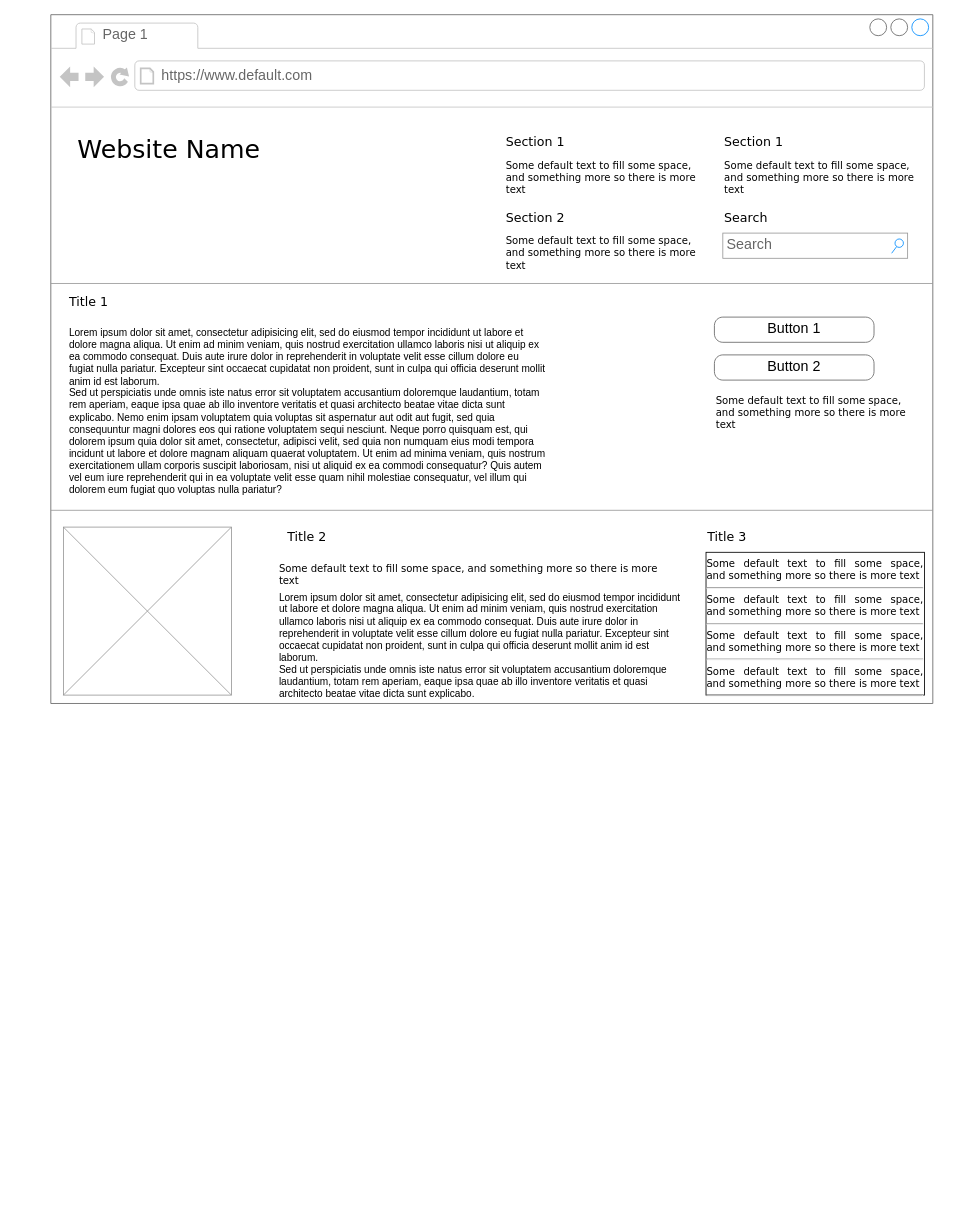
Earlier version of the draw.io diagram Untitled Diagram.drawio (eat-a-p3ach/TAprac). Source tidied: cells renumbered, new cells numbered last; positions are measured from the earlier drawing's top-left corner, leaving out a move shared by most shapes. Both pictures are drawn from the tidied source at 84%, with x=0, y=0 at pixel (50, 14).
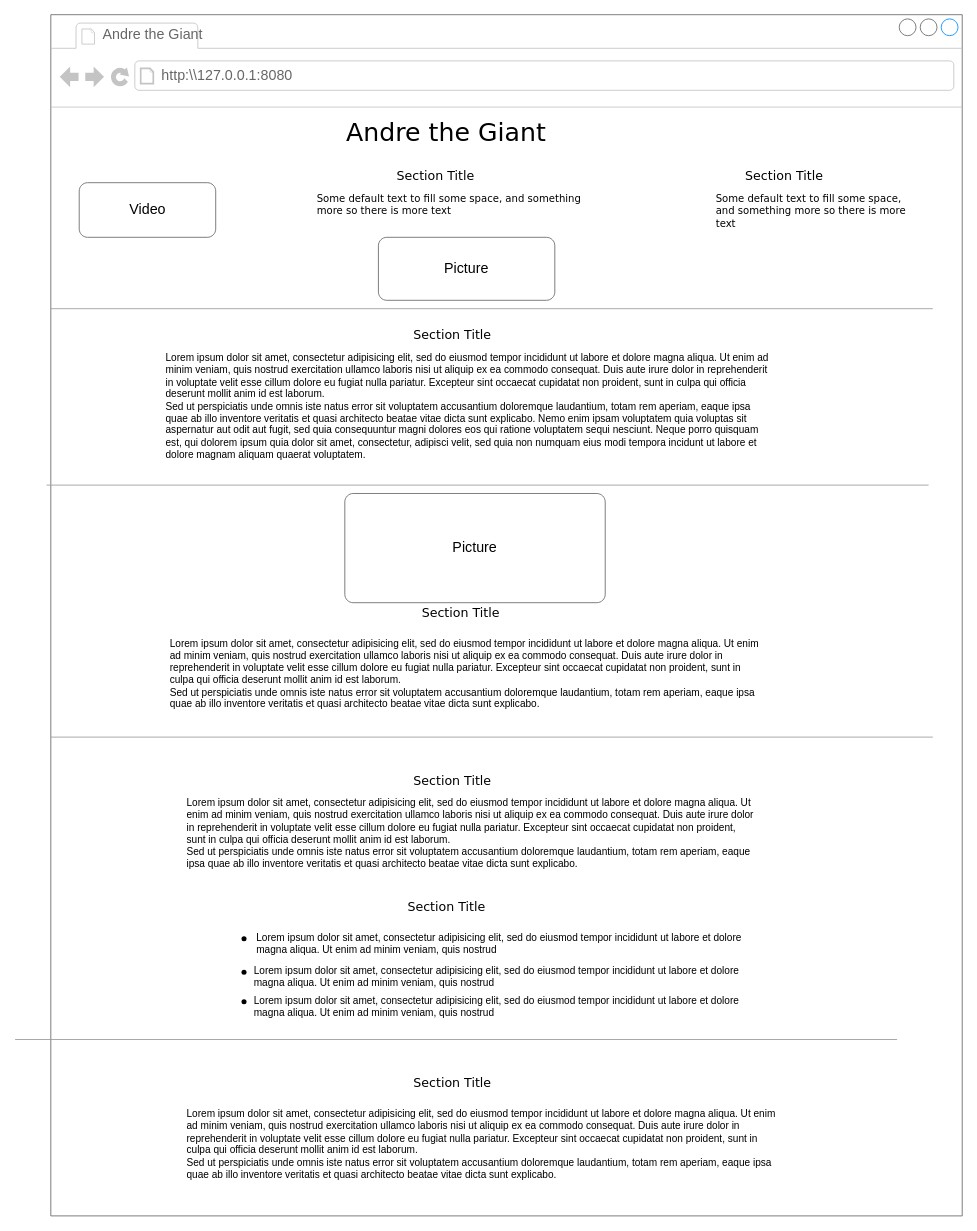
The same page after the edit.

Commit message:
Andre-The-Giant-Wireframe

What changed in the source:
```diff
@@
     <mxCell id="2" style="strokeWidth=1;shadow=0;dashed=0;align=center;html=1;shape=mxgraph.mockup.containers.browserWindow;rSize=0;strokeColor=#666666;mainText=,;rounded=0;labelBackgroundColor=none;fontFamily=Verdana;fontSize=12;" parent="1" vertex="1">
-      <mxGeometry width="1050" height="820" as="geometry" />
+      <mxGeometry width="1085" height="1430" as="geometry" />
     </mxCell>
-    <mxCell id="3" value="Page 1" style="strokeWidth=1;shadow=0;dashed=0;align=center;html=1;shape=mxgraph.mockup.containers.anchor;fontSize=17;fontColor=#666666;align=left;" parent="2" vertex="1">
+    <mxCell id="3" value="Andre the Giant" style="strokeWidth=1;shadow=0;dashed=0;align=center;html=1;shape=mxgraph.mockup.containers.anchor;fontSize=17;fontColor=#666666;align=left;" parent="2" vertex="1">
       <mxGeometry x="60" y="12" width="110" height="26" as="geometry" />
     </mxCell>
-    <mxCell id="4" value="https://www.default.com" style="strokeWidth=1;shadow=0;dashed=0;align=center;html=1;shape=mxgraph.mockup.containers.anchor;rSize=0;fontSize=17;fontColor=#666666;align=left;" parent="2" vertex="1">
+    <mxCell id="4" value="http:\\127.0.0.1:8080&lt;br&gt;" style="strokeWidth=1;shadow=0;dashed=0;align=center;html=1;shape=mxgraph.mockup.containers.anchor;rSize=0;fontSize=17;fontColor=#666666;align=left;" parent="2" vertex="1">
       <mxGeometry x="130" y="60" width="250" height="26" as="geometry" />
     </mxCell>
-    <mxCell id="5" value="Website Name" style="text;html=1;align=left;verticalAlign=top;spacingTop=-4;fontSize=30;fontFamily=Verdana;" parent="2" vertex="1">
-      <mxGeometry x="30" y="140" width="340" height="50" as="geometry" />
+    <mxCell id="5" value="Andre the Giant" style="text;html=1;align=left;verticalAlign=top;spacingTop=-4;fontSize=30;fontFamily=Verdana;" parent="2" vertex="1">
+      <mxGeometry x="350" y="120" width="340" height="50" as="geometry" />
     </mxCell>
-    <mxCell id="6" value="Section 1" style="text;html=1;align=left;verticalAlign=top;spacingTop=-4;fontSize=15;fontFamily=Verdana;" parent="2" vertex="1">
-      <mxGeometry x="540" y="140" width="170" height="30" as="geometry" />
+    <mxCell id="6" value="Section Title" style="text;html=1;align=left;verticalAlign=top;spacingTop=-4;fontSize=15;fontFamily=Verdana;" parent="2" vertex="1">
+      <mxGeometry x="410" y="180" width="170" height="30" as="geometry" />
     </mxCell>
     <mxCell id="7" value="Some default text to fill some space, and&amp;nbsp;&lt;span&gt;something more so there is more text&lt;/span&gt;" style="text;html=1;align=left;verticalAlign=top;spacingTop=-4;fontSize=12;fontFamily=Verdana;whiteSpace=wrap;" parent="2" vertex="1">
-      <mxGeometry x="540" y="170" width="240" height="40" as="geometry" />
+      <mxGeometry x="315" y="210" width="335" height="40" as="geometry" />
     </mxCell>
-    <mxCell id="8" value="Section 2" style="text;html=1;align=left;verticalAlign=top;spacingTop=-4;fontSize=15;fontFamily=Verdana;" parent="2" vertex="1">
-      <mxGeometry x="540" y="230" width="170" height="30" as="geometry" />
+    <mxCell id="8" value="Section Title" style="text;html=1;align=left;verticalAlign=top;spacingTop=-4;fontSize=15;fontFamily=Verdana;" parent="2" vertex="1">
+      <mxGeometry x="825" y="180" width="170" height="30" as="geometry" />
     </mxCell>
     <mxCell id="9" value="Some default text to fill some space, and&amp;nbsp;&lt;span&gt;something more so there is more text&lt;/span&gt;" style="text;html=1;align=left;verticalAlign=top;spacingTop=-4;fontSize=12;fontFamily=Verdana;whiteSpace=wrap;" parent="2" vertex="1">
-      <mxGeometry x="540" y="260" width="240" height="40" as="geometry" />
+      <mxGeometry x="790" y="210" width="240" height="40" as="geometry" />
     </mxCell>
-    <mxCell id="10" value="Section 1" style="text;html=1;align=left;verticalAlign=top;spacingTop=-4;fontSize=15;fontFamily=Verdana;" parent="2" vertex="1">
-      <mxGeometry x="800" y="140" width="170" height="30" as="geometry" />
-    </mxCell>
-    <mxCell id="11" value="Some default text to fill some space, and&amp;nbsp;&lt;span&gt;something more so there is more text&lt;/span&gt;" style="text;html=1;align=left;verticalAlign=top;spacingTop=-4;fontSize=12;fontFamily=Verdana;whiteSpace=wrap;" parent="2" vertex="1">
-      <mxGeometry x="800" y="170" width="240" height="40" as="geometry" />
-    </mxCell>
-    <mxCell id="12" value="Search" style="text;html=1;align=left;verticalAlign=top;spacingTop=-4;fontSize=15;fontFamily=Verdana;" parent="2" vertex="1">
-      <mxGeometry x="800" y="230" width="170" height="30" as="geometry" />
-    </mxCell>
-    <mxCell id="13" value="Search" style="strokeWidth=1;shadow=0;dashed=0;align=center;html=1;shape=mxgraph.mockup.forms.searchBox;strokeColor=#999999;mainText=;strokeColor2=#008cff;fontColor=#666666;fontSize=17;align=left;spacingLeft=3;rounded=0;labelBackgroundColor=none;" parent="2" vertex="1">
-      <mxGeometry x="800" y="260" width="220" height="30" as="geometry" />
-    </mxCell>
     <mxCell id="14" style="verticalLabelPosition=bottom;shadow=0;dashed=0;align=center;html=1;verticalAlign=top;strokeWidth=1;shape=mxgraph.mockup.markup.line;strokeColor=#999999;rounded=0;labelBackgroundColor=none;fillColor=#ffffff;fontFamily=Verdana;fontSize=12;fontColor=#000000;" parent="2" vertex="1">
-      <mxGeometry y="310" width="1050" height="20" as="geometry" />
+      <mxGeometry y="340" width="1050" height="20" as="geometry" />
     </mxCell>
-    <mxCell id="15" value="Title 1" style="text;html=1;align=left;verticalAlign=top;spacingTop=-4;fontSize=15;fontFamily=Verdana;" parent="2" vertex="1">
-      <mxGeometry x="20" y="330" width="170" height="30" as="geometry" />
+    <mxCell id="15" value="Section Title" style="text;html=1;align=left;verticalAlign=top;spacingTop=-4;fontSize=15;fontFamily=Verdana;" parent="2" vertex="1">
+      <mxGeometry x="430" y="370" width="170" height="20" as="geometry" />
     </mxCell>
-    <mxCell id="16" value="Lorem ipsum dolor sit amet, consectetur adipisicing elit, sed do eiusmod tempor incididunt ut labore et dolore magna aliqua. Ut enim ad minim veniam, quis nostrud exercitation ullamco laboris nisi ut aliquip ex ea commodo consequat. Duis aute irure dolor in reprehenderit in voluptate velit esse cillum dolore eu fugiat nulla pariatur. Excepteur sint occaecat cupidatat non proident, sunt in culpa qui officia deserunt mollit anim id est laborum.&#10;Sed ut perspiciatis unde omnis iste natus error sit voluptatem accusantium doloremque laudantium, totam rem aperiam, eaque ipsa quae ab illo inventore veritatis et quasi architecto beatae vitae dicta sunt explicabo. Nemo enim ipsam voluptatem quia voluptas sit aspernatur aut odit aut fugit, sed quia consequuntur magni dolores eos qui ratione voluptatem sequi nesciunt. Neque porro quisquam est, qui dolorem ipsum quia dolor sit amet, consectetur, adipisci velit, sed quia non numquam eius modi tempora incidunt ut labore et dolore magnam aliquam quaerat voluptatem. Ut enim ad minima veniam, quis nostrum exercitationem ullam corporis suscipit laboriosam, nisi ut aliquid ex ea commodi consequatur? Quis autem vel eum iure reprehenderit qui in ea voluptate velit esse quam nihil molestiae consequatur, vel illum qui dolorem eum fugiat quo voluptas nulla pariatur?" style="text;spacingTop=-5;whiteSpace=wrap;html=1;align=left;fontSize=12;fontFamily=Helvetica;fillColor=none;strokeColor=none;rounded=0;shadow=1;labelBackgroundColor=none;" parent="2" vertex="1">
-      <mxGeometry x="20" y="370" width="570" height="240" as="geometry" />
+    <mxCell id="16" value="Lorem ipsum dolor sit amet, consectetur adipisicing elit, sed do eiusmod tempor incididunt ut labore et dolore magna aliqua. Ut enim ad minim veniam, quis nostrud exercitation ullamco laboris nisi ut aliquip ex ea commodo consequat. Duis aute irure dolor in reprehenderit in voluptate velit esse cillum dolore eu fugiat nulla pariatur. Excepteur sint occaecat cupidatat non proident, sunt in culpa qui officia deserunt mollit anim id est laborum.&lt;br&gt;Sed ut perspiciatis unde omnis iste natus error sit voluptatem accusantium doloremque laudantium, totam rem aperiam, eaque ipsa quae ab illo inventore veritatis et quasi architecto beatae vitae dicta sunt explicabo. Nemo enim ipsam voluptatem quia voluptas sit aspernatur aut odit aut fugit, sed quia consequuntur magni dolores eos qui ratione voluptatem sequi nesciunt. Neque porro quisquam est, qui dolorem ipsum quia dolor sit amet, consectetur, adipisci velit, sed quia non numquam eius modi tempora incidunt ut labore et dolore magnam aliquam quaerat voluptatem.&amp;nbsp;" style="text;spacingTop=-5;whiteSpace=wrap;html=1;align=left;fontSize=12;fontFamily=Helvetica;fillColor=none;strokeColor=none;rounded=0;shadow=1;labelBackgroundColor=none;" parent="2" vertex="1">
+      <mxGeometry x="135" y="400" width="720" height="145" as="geometry" />
     </mxCell>
-    <mxCell id="17" value="Button 1" style="strokeWidth=1;shadow=0;dashed=0;align=center;html=1;shape=mxgraph.mockup.buttons.button;strokeColor=#666666;mainText=;buttonStyle=round;fontSize=17;fontStyle=0;fillColor=none;whiteSpace=wrap;rounded=0;labelBackgroundColor=none;" parent="2" vertex="1">
-      <mxGeometry x="790" y="360" width="190" height="30" as="geometry" />
+    <mxCell id="17" value="Picture" style="strokeWidth=1;shadow=0;dashed=0;align=center;html=1;shape=mxgraph.mockup.buttons.button;strokeColor=#666666;mainText=;buttonStyle=round;fontSize=17;fontStyle=0;fillColor=none;whiteSpace=wrap;rounded=0;labelBackgroundColor=none;" parent="2" vertex="1">
+      <mxGeometry x="390" y="265" width="210" height="75" as="geometry" />
     </mxCell>
-    <mxCell id="18" value="Button 2" style="strokeWidth=1;shadow=0;dashed=0;align=center;html=1;shape=mxgraph.mockup.buttons.button;strokeColor=#666666;mainText=;buttonStyle=round;fontSize=17;fontStyle=0;fillColor=none;whiteSpace=wrap;rounded=0;labelBackgroundColor=none;" parent="2" vertex="1">
-      <mxGeometry x="790" y="405" width="190" height="30" as="geometry" />
-    </mxCell>
-    <mxCell id="19" value="Some default text to fill some space, and&amp;nbsp;&lt;span&gt;something more so there is more text&lt;/span&gt;" style="text;html=1;align=left;verticalAlign=top;spacingTop=-4;fontSize=12;fontFamily=Verdana;whiteSpace=wrap;" parent="2" vertex="1">
-      <mxGeometry x="790" y="450" width="240" height="40" as="geometry" />
-    </mxCell>
     <mxCell id="20" style="verticalLabelPosition=bottom;shadow=0;dashed=0;align=center;html=1;verticalAlign=top;strokeWidth=1;shape=mxgraph.mockup.markup.line;strokeColor=#999999;rounded=0;labelBackgroundColor=none;fillColor=#ffffff;fontFamily=Verdana;fontSize=12;fontColor=#000000;" parent="2" vertex="1">
-      <mxGeometry y="580" width="1050" height="20" as="geometry" />
+      <mxGeometry x="-5" y="550" width="1050" height="20" as="geometry" />
     </mxCell>
-    <mxCell id="21" style="verticalLabelPosition=bottom;shadow=0;dashed=0;align=center;html=1;verticalAlign=top;strokeWidth=1;shape=mxgraph.mockup.graphics.simpleIcon;strokeColor=#999999;fillColor=#ffffff;rounded=0;labelBackgroundColor=none;fontFamily=Verdana;fontSize=12;fontColor=#000000;" parent="2" vertex="1">
-      <mxGeometry x="15" y="610" width="200" height="200" as="geometry" />
-    </mxCell>
-    <mxCell id="22" value="Title 2" style="text;html=1;align=left;verticalAlign=top;spacingTop=-4;fontSize=15;fontFamily=Verdana;" parent="2" vertex="1">
-      <mxGeometry x="280" y="610" width="170" height="30" as="geometry" />
+    <mxCell id="22" value="Section Title" style="text;html=1;align=left;verticalAlign=top;spacingTop=-4;fontSize=15;fontFamily=Verdana;" parent="2" vertex="1">
+      <mxGeometry x="440" y="700" width="170" height="30" as="geometry" />
     </mxCell>
-    <mxCell id="23" value="Title 3" style="text;html=1;align=left;verticalAlign=top;spacingTop=-4;fontSize=15;fontFamily=Verdana;" parent="2" vertex="1">
-      <mxGeometry x="780" y="610" width="170" height="30" as="geometry" />
-    </mxCell>
-    <mxCell id="24" value="&lt;div style=&quot;text-align: justify&quot;&gt;&lt;span&gt;Some default text to fill some space, and&amp;nbsp;&lt;/span&gt;&lt;span&gt;something more so there is more text&lt;/span&gt;&lt;/div&gt;&lt;div style=&quot;text-align: justify&quot;&gt;&lt;hr id=&quot;null&quot; style=&quot;text-align: justify&quot;&gt;&lt;span&gt;&lt;div style=&quot;text-align: justify&quot;&gt;&lt;span&gt;Some default text to fill some space, and&amp;nbsp;&lt;/span&gt;&lt;span&gt;something more so there is more text&lt;/span&gt;&lt;/div&gt;&lt;/span&gt;&lt;/div&gt;&lt;hr id=&quot;null&quot; style=&quot;text-align: justify&quot;&gt;&lt;span&gt;&lt;div style=&quot;text-align: justify&quot;&gt;&lt;span&gt;Some default text to fill some space, and&amp;nbsp;&lt;/span&gt;&lt;span&gt;something more so there is more text&lt;/span&gt;&lt;/div&gt;&lt;/span&gt;&lt;hr id=&quot;null&quot; style=&quot;text-align: justify&quot;&gt;&lt;span&gt;&lt;div style=&quot;text-align: justify&quot;&gt;&lt;span&gt;Some default text to fill some space, and&amp;nbsp;&lt;/span&gt;&lt;span&gt;something more so there is more text&lt;/span&gt;&lt;/div&gt;&lt;/span&gt;&lt;hr id=&quot;null&quot; style=&quot;text-align: left&quot;&gt;" style="whiteSpace=wrap;html=1;rounded=0;shadow=0;labelBackgroundColor=none;strokeWidth=1;fontFamily=Verdana;fontSize=12;align=center;verticalAlign=top;" parent="2" vertex="1">
-      <mxGeometry x="780" y="640" width="260" height="170" as="geometry" />
-    </mxCell>
-    <mxCell id="25" value="Some default text to fill some space, and&amp;nbsp;&lt;span&gt;something more so there is more text&lt;/span&gt;" style="text;html=1;align=left;verticalAlign=top;spacingTop=-4;fontSize=12;fontFamily=Verdana;whiteSpace=wrap;" parent="2" vertex="1">
-      <mxGeometry x="270" y="650" width="470" height="40" as="geometry" />
-    </mxCell>
-    <mxCell id="26" value="Lorem ipsum dolor sit amet, consectetur adipisicing elit, sed do eiusmod tempor incididunt ut labore et dolore magna aliqua. Ut enim ad minim veniam, quis nostrud exercitation ullamco laboris nisi ut aliquip ex ea commodo consequat. Duis aute irure dolor in reprehenderit in voluptate velit esse cillum dolore eu fugiat nulla pariatur. Excepteur sint occaecat cupidatat non proident, sunt in culpa qui officia deserunt mollit anim id est laborum.&lt;br&gt;Sed ut perspiciatis unde omnis iste natus error sit voluptatem accusantium doloremque laudantium, totam rem aperiam, eaque ipsa quae ab illo inventore veritatis et quasi architecto beatae vitae dicta sunt explicabo.&amp;nbsp;" style="text;spacingTop=-5;whiteSpace=wrap;html=1;align=left;fontSize=12;fontFamily=Helvetica;fillColor=none;strokeColor=none;rounded=0;shadow=1;labelBackgroundColor=none;" parent="1" vertex="1">
-      <mxGeometry x="270" y="685" width="490" height="125" as="geometry" />
+    <mxCell id="26" value="Lorem ipsum dolor sit amet, consectetur adipisicing elit, sed do eiusmod tempor incididunt ut labore et dolore magna aliqua. Ut enim ad minim veniam, quis nostrud exercitation ullamco laboris nisi ut aliquip ex ea commodo consequat. Duis aute irure dolor in reprehenderit in voluptate velit esse cillum dolore eu fugiat nulla pariatur. Excepteur sint occaecat cupidatat non proident, sunt in culpa qui officia deserunt mollit anim id est laborum.&lt;br&gt;Sed ut perspiciatis unde omnis iste natus error sit voluptatem accusantium doloremque laudantium, totam rem aperiam, eaque ipsa quae ab illo inventore veritatis et quasi architecto beatae vitae dicta sunt explicabo.&amp;nbsp;" style="text;spacingTop=-5;whiteSpace=wrap;html=1;align=left;fontSize=12;fontFamily=Helvetica;fillColor=none;strokeColor=none;rounded=0;shadow=1;labelBackgroundColor=none;" parent="2" vertex="1">
+      <mxGeometry x="140" y="740" width="710" height="110" as="geometry" />
     </mxCell>
+    <mxCell id="27" value="Picture" style="strokeWidth=1;shadow=0;dashed=0;align=center;html=1;shape=mxgraph.mockup.buttons.button;strokeColor=#666666;mainText=;buttonStyle=round;fontSize=17;fontStyle=0;fillColor=none;whiteSpace=wrap;rounded=0;labelBackgroundColor=none;" parent="2" vertex="1">
+      <mxGeometry x="350" y="570" width="310" height="130" as="geometry" />
+    </mxCell>
+    <mxCell id="28" value="Video" style="strokeWidth=1;shadow=0;dashed=0;align=center;html=1;shape=mxgraph.mockup.buttons.button;strokeColor=#666666;mainText=;buttonStyle=round;fontSize=17;fontStyle=0;fillColor=none;whiteSpace=wrap;rounded=0;labelBackgroundColor=none;" parent="2" vertex="1">
+      <mxGeometry x="33.8" y="200" width="162.5" height="65" as="geometry" />
+    </mxCell>
+    <mxCell id="29" value="Section Title" style="text;html=1;align=left;verticalAlign=top;spacingTop=-4;fontSize=15;fontFamily=Verdana;" parent="2" vertex="1">
+      <mxGeometry x="430" y="900" width="170" height="30" as="geometry" />
+    </mxCell>
+    <mxCell id="30" value="Lorem ipsum dolor sit amet, consectetur adipisicing elit, sed do eiusmod tempor incididunt ut labore et dolore magna aliqua. Ut enim ad minim veniam, quis nostrud exercitation ullamco laboris nisi ut aliquip ex ea commodo consequat. Duis aute irure dolor in reprehenderit in voluptate velit esse cillum dolore eu fugiat nulla pariatur. Excepteur sint occaecat cupidatat non proident, sunt in culpa qui officia deserunt mollit anim id est laborum.&lt;br&gt;Sed ut perspiciatis unde omnis iste natus error sit voluptatem accusantium doloremque laudantium, totam rem aperiam, eaque ipsa quae ab illo inventore veritatis et quasi architecto beatae vitae dicta sunt explicabo.&amp;nbsp;" style="text;spacingTop=-5;whiteSpace=wrap;html=1;align=left;fontSize=12;fontFamily=Helvetica;fillColor=none;strokeColor=none;rounded=0;shadow=1;labelBackgroundColor=none;" parent="2" vertex="1">
+      <mxGeometry x="160" y="930" width="680" height="100" as="geometry" />
+    </mxCell>
+    <mxCell id="31" value="Section Title" style="text;html=1;align=left;verticalAlign=top;spacingTop=-4;fontSize=15;fontFamily=Verdana;" parent="2" vertex="1">
+      <mxGeometry x="422.5" y="1050" width="170" height="30" as="geometry" />
+    </mxCell>
+    <mxCell id="32" style="shape=waypoint;sketch=0;fillStyle=solid;size=6;fillColor=none;perimeter=centerPerimeter;" parent="2" vertex="1">
+      <mxGeometry x="220" y="1090" width="20" height="20" as="geometry" />
+    </mxCell>
+    <mxCell id="33" style="shape=waypoint;sketch=0;fillStyle=solid;size=6;fillColor=none;perimeter=centerPerimeter;" parent="2" vertex="1">
+      <mxGeometry x="220" y="1130" width="20" height="20" as="geometry" />
+    </mxCell>
+    <mxCell id="34" style="shape=waypoint;sketch=0;fillStyle=solid;size=6;fillColor=none;perimeter=centerPerimeter;" parent="2" vertex="1">
+      <mxGeometry x="220" y="1165" width="20" height="20" as="geometry" />
+    </mxCell>
+    <mxCell id="35" value="Lorem ipsum dolor sit amet, consectetur adipisicing elit, sed do eiusmod tempor incididunt ut labore et dolore magna aliqua. Ut enim ad minim veniam, quis nostrud" style="text;spacingTop=-5;whiteSpace=wrap;html=1;align=left;fontSize=12;fontFamily=Helvetica;fillColor=none;strokeColor=none;rounded=0;shadow=1;labelBackgroundColor=none;" parent="2" vertex="1">
+      <mxGeometry x="242.5" y="1090" width="600" height="30" as="geometry" />
+    </mxCell>
+    <mxCell id="36" value="Lorem ipsum dolor sit amet, consectetur adipisicing elit, sed do eiusmod tempor incididunt ut labore et dolore magna aliqua. Ut enim ad minim veniam, quis nostrud" style="text;spacingTop=-5;whiteSpace=wrap;html=1;align=left;fontSize=12;fontFamily=Helvetica;fillColor=none;strokeColor=none;rounded=0;shadow=1;labelBackgroundColor=none;" parent="2" vertex="1">
+      <mxGeometry x="240" y="1130" width="600" height="30" as="geometry" />
+    </mxCell>
+    <mxCell id="37" value="Lorem ipsum dolor sit amet, consectetur adipisicing elit, sed do eiusmod tempor incididunt ut labore et dolore magna aliqua. Ut enim ad minim veniam, quis nostrud" style="text;spacingTop=-5;whiteSpace=wrap;html=1;align=left;fontSize=12;fontFamily=Helvetica;fillColor=none;strokeColor=none;rounded=0;shadow=1;labelBackgroundColor=none;" parent="2" vertex="1">
+      <mxGeometry x="240" y="1165" width="600" height="30" as="geometry" />
+    </mxCell>
+    <mxCell id="38" style="verticalLabelPosition=bottom;shadow=0;dashed=0;align=center;html=1;verticalAlign=top;strokeWidth=1;shape=mxgraph.mockup.markup.line;strokeColor=#999999;rounded=0;labelBackgroundColor=none;fillColor=#ffffff;fontFamily=Verdana;fontSize=12;fontColor=#000000;" parent="2" vertex="1">
+      <mxGeometry y="850" width="1050" height="20" as="geometry" />
+    </mxCell>
+    <mxCell id="39" value="Section Title" style="text;html=1;align=left;verticalAlign=top;spacingTop=-4;fontSize=15;fontFamily=Verdana;" parent="2" vertex="1">
+      <mxGeometry x="430" y="1260" width="170" height="30" as="geometry" />
+    </mxCell>
+    <mxCell id="40" value="Lorem ipsum dolor sit amet, consectetur adipisicing elit, sed do eiusmod tempor incididunt ut labore et dolore magna aliqua. Ut enim ad minim veniam, quis nostrud exercitation ullamco laboris nisi ut aliquip ex ea commodo consequat. Duis aute irure dolor in reprehenderit in voluptate velit esse cillum dolore eu fugiat nulla pariatur. Excepteur sint occaecat cupidatat non proident, sunt in culpa qui officia deserunt mollit anim id est laborum.&lt;br&gt;Sed ut perspiciatis unde omnis iste natus error sit voluptatem accusantium doloremque laudantium, totam rem aperiam, eaque ipsa quae ab illo inventore veritatis et quasi architecto beatae vitae dicta sunt explicabo.&amp;nbsp;" style="text;spacingTop=-5;whiteSpace=wrap;html=1;align=left;fontSize=12;fontFamily=Helvetica;fillColor=none;strokeColor=none;rounded=0;shadow=1;labelBackgroundColor=none;" parent="2" vertex="1">
+      <mxGeometry x="160" y="1300" width="710" height="110" as="geometry" />
+    </mxCell>
+    <mxCell id="41" style="verticalLabelPosition=bottom;shadow=0;dashed=0;align=center;html=1;verticalAlign=top;strokeWidth=1;shape=mxgraph.mockup.markup.line;strokeColor=#999999;rounded=0;labelBackgroundColor=none;fillColor=#ffffff;fontFamily=Verdana;fontSize=12;fontColor=#000000;" parent="2" vertex="1">
+      <mxGeometry x="-42.5" y="1210" width="1050" height="20" as="geometry" />
+    </mxCell>
```
